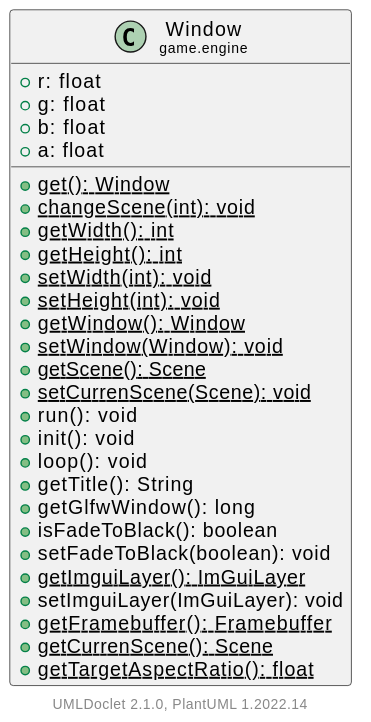
Above: doc/javadoc/game/engine/Window.svg in Hirschiii/JavaGameEngine (PlantUML), before the change.
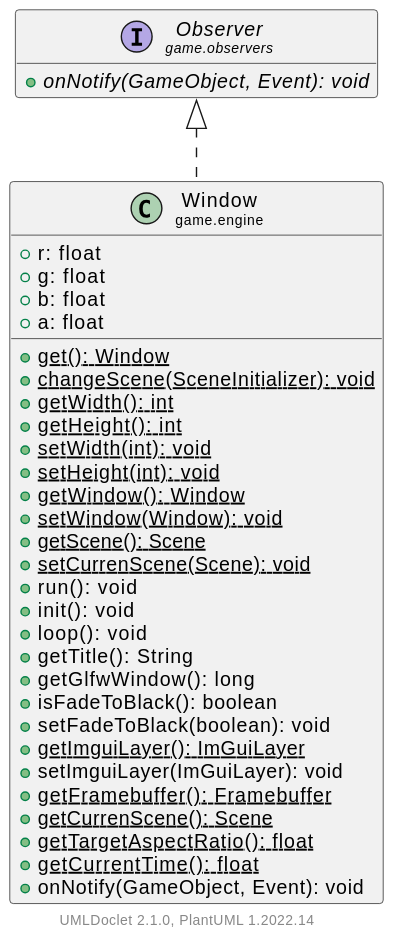
After the change.

What changed in the source:
```diff
@@ -9,7 +9,7 @@
         +b: float
         +a: float
         {static} +get(): Window
-        {static} +changeScene(int): void
+        {static} +changeScene(SceneInitializer): void
         {static} +getWidth(): int
         {static} +getHeight(): int
         {static} +setWidth(int): void
@@ -30,7 +30,15 @@
         {static} +getFramebuffer(): Framebuffer
         {static} +getCurrenScene(): Scene
         {static} +getTargetAspectRatio(): float
+        {static} +getCurrentTime(): float
+        +onNotify(GameObject, Event): void
     }
+
+    interface "<size:14>Observer\n<size:10>game.observers" as game.observers.Observer [[../observers/Observer.html]] {
+        {abstract} +onNotify(GameObject, Event): void
+    }
+
+    game.observers.Observer <|.. game.engine.Window
 
     center footer UMLDoclet 2.1.0, PlantUML %version()
 @enduml
```
